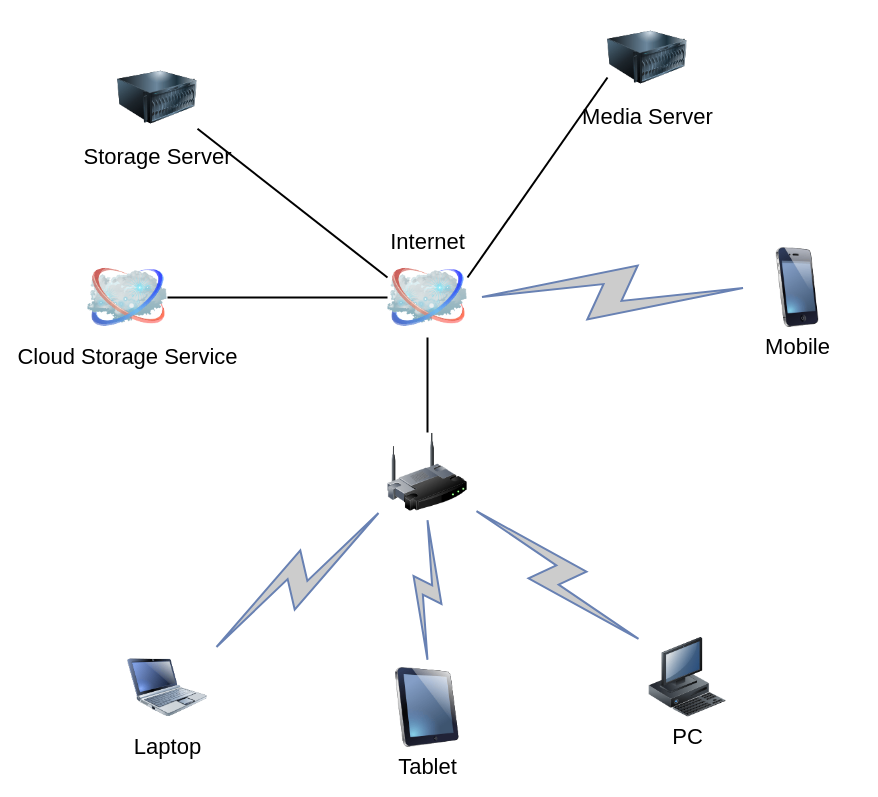
This is Physical Layout.drawio from syedrali/architecture, a draw.io file, before an edit. Source tidied: cells renumbered, new cells numbered last; positions are measured from the earlier drawing's top-left corner, leaving out a move shared by most shapes. Both pictures are drawn from the tidied source at 100%, with x=0, y=0 at pixel (87, 17).
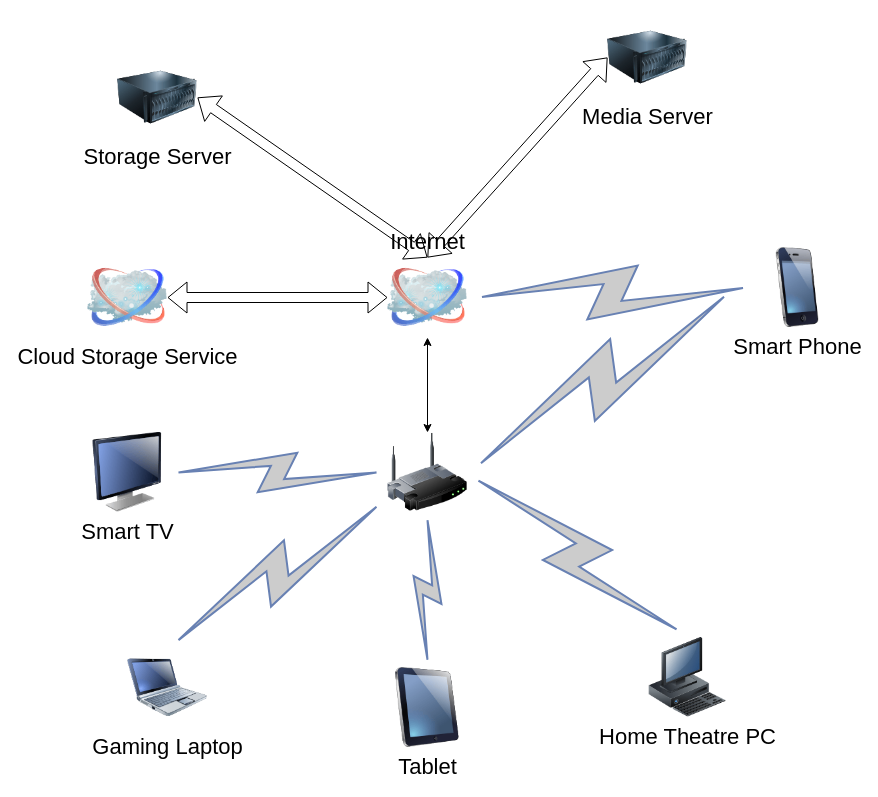
The same page after the edit.

Commit message:
Updated physical layout diagram to be more accurate.

The change refers to these unchanged cells:
```xml
<mxCell id="3" style="image;html=1;labelBackgroundColor=#ffffff;image=img/lib/clip_art/networking/Wireless_Router_128x128.png;rounded=1;shadow=0;comic=0;strokeColor=#000000;strokeWidth=2;fillColor=#FFFFFF;fontSize=22;fontColor=#000000;" parent="1" vertex="1">
  <mxGeometry x="300" y="415" width="80" height="80" as="geometry" />
</mxCell>
<mxCell id="4" value="Internet" style="image;html=1;labelBackgroundColor=#ffffff;image=img/lib/clip_art/networking/Cloud_128x128.png;rounded=1;shadow=0;comic=0;strokeColor=#000000;strokeWidth=2;fillColor=#FFFFFF;fontSize=22;fontColor=#000000;labelPosition=center;verticalLabelPosition=top;align=center;verticalAlign=bottom;" parent="1" vertex="1">
  <mxGeometry x="300" y="240" width="80" height="80" as="geometry" />
</mxCell>
<mxCell id="13" value="Storage Server" style="image;html=1;labelBackgroundColor=#ffffff;image=img/lib/clip_art/computers/Server_128x128.png;fontSize=22;" parent="1" vertex="1">
  <mxGeometry x="30" y="40" width="80" height="80" as="geometry" />
</mxCell>
<mxCell id="15" value="Media Server" style="image;html=1;labelBackgroundColor=#ffffff;image=img/lib/clip_art/computers/Server_128x128.png;fontSize=22;" parent="1" vertex="1">
  <mxGeometry x="520" width="80" height="80" as="geometry" />
</mxCell>
```

What changed in the source:
```diff
@@
-    <mxCell id="2" style="edgeStyle=none;rounded=0;html=1;labelBackgroundColor=none;endArrow=none;strokeColor=#000000;strokeWidth=2;fontFamily=Verdana;fontSize=22;fontColor=#000000;" parent="1" edge="1" source="3">
-      <mxGeometry relative="1" as="geometry">
-        <mxPoint x="340" y="320" as="targetPoint" />
-      </mxGeometry>
-    </mxCell>
@@
-    <mxCell id="7" value="PC" style="image;html=1;labelBackgroundColor=#ffffff;image=img/lib/clip_art/computers/Workstation_128x128.png;rounded=1;shadow=0;comic=0;strokeColor=#000000;strokeWidth=2;fillColor=#FFFFFF;fontSize=22;fontColor=#000000;" parent="1" vertex="1">
+    <mxCell id="7" value="Home Theatre PC" style="image;html=1;labelBackgroundColor=#ffffff;image=img/lib/clip_art/computers/Workstation_128x128.png;rounded=1;shadow=0;comic=0;strokeColor=#000000;strokeWidth=2;fillColor=#FFFFFF;fontSize=22;fontColor=#000000;" parent="1" vertex="1">
       <mxGeometry x="560" y="620" width="80" height="80" as="geometry" />
     </mxCell>
-    <mxCell id="8" value="Mobile" style="image;html=1;labelBackgroundColor=#ffffff;image=img/lib/clip_art/telecommunication/iPhone_128x128.png;rounded=1;shadow=0;comic=0;strokeColor=#000000;strokeWidth=2;fillColor=#FFFFFF;fontSize=22;fontColor=#000000;" parent="1" vertex="1">
+    <mxCell id="8" value="Smart Phone&lt;br&gt;" style="image;html=1;labelBackgroundColor=#ffffff;image=img/lib/clip_art/telecommunication/iPhone_128x128.png;rounded=1;shadow=0;comic=0;strokeColor=#000000;strokeWidth=2;fillColor=#FFFFFF;fontSize=22;fontColor=#000000;" parent="1" vertex="1">
       <mxGeometry x="670" y="230" width="80" height="80" as="geometry" />
     </mxCell>
-    <mxCell id="9" value="Laptop" style="image;html=1;labelBackgroundColor=#ffffff;image=img/lib/clip_art/computers/Netbook_128x128.png;rounded=1;shadow=0;comic=0;strokeColor=#000000;strokeWidth=2;fillColor=#FFFFFF;fontSize=22;fontColor=#000000;" parent="1" vertex="1">
+    <mxCell id="9" value="Gaming Laptop&lt;br&gt;" style="image;html=1;labelBackgroundColor=#ffffff;image=img/lib/clip_art/computers/Netbook_128x128.png;rounded=1;shadow=0;comic=0;strokeColor=#000000;strokeWidth=2;fillColor=#FFFFFF;fontSize=22;fontColor=#000000;" parent="1" vertex="1">
       <mxGeometry x="40" y="630" width="80" height="80" as="geometry" />
     </mxCell>
-    <mxCell id="10" style="html=1;fillColor=#CCCCCC;strokeColor=#6881B3;gradientColor=none;gradientDirection=north;strokeWidth=2;shape=mxgraph.networks.comm_link_edge;html=1;labelBackgroundColor=none;endArrow=none;fontFamily=Verdana;fontSize=22;fontColor=#000000;" parent="1" edge="1" source="9" target="3">
+    <mxCell id="10" style="html=1;fillColor=#CCCCCC;strokeColor=#6881B3;gradientColor=none;gradientDirection=north;strokeWidth=2;shape=mxgraph.networks.comm_link_edge;html=1;labelBackgroundColor=none;endArrow=none;fontFamily=Verdana;fontSize=22;fontColor=#000000;exitX=0.5;exitY=0;exitDx=0;exitDy=0;" parent="1" edge="1" source="9" target="3">
       <mxGeometry relative="1" as="geometry" />
     </mxCell>
@@
-    <mxCell id="12" style="html=1;fillColor=#CCCCCC;strokeColor=#6881B3;gradientColor=none;gradientDirection=north;strokeWidth=2;shape=mxgraph.networks.comm_link_edge;html=1;labelBackgroundColor=none;endArrow=none;fontFamily=Verdana;fontSize=22;fontColor=#000000;" parent="1" edge="1" source="7" target="3">
+    <mxCell id="12" style="html=1;fillColor=#CCCCCC;strokeColor=#6881B3;gradientColor=none;gradientDirection=north;strokeWidth=2;shape=mxgraph.networks.comm_link_edge;html=1;labelBackgroundColor=none;endArrow=none;fontFamily=Verdana;fontSize=22;fontColor=#000000;exitX=0.5;exitY=0;exitDx=0;exitDy=0;entryX=1;entryY=0.5;entryDx=0;entryDy=0;" parent="1" edge="1" source="7" target="3">
       <mxGeometry relative="1" as="geometry" />
     </mxCell>
@@
-    <mxCell id="14" style="html=1;fillColor=#CCCCCC;strokeColor=#6881B3;gradientColor=none;gradientDirection=north;strokeWidth=2;shape=mxgraph.networks.comm_link_edge;html=1;labelBackgroundColor=none;endArrow=none;fontFamily=Verdana;fontSize=22;fontColor=#000000;entryX=1;entryY=0.5;entryDx=0;entryDy=0;exitX=0;exitY=0.5;exitDx=0;exitDy=0;" parent="1" edge="1" source="8" target="4">
+    <mxCell id="14" style="html=1;fillColor=#CCCCCC;strokeColor=#6881B3;gradientColor=none;gradientDirection=north;strokeWidth=2;shape=mxgraph.networks.comm_link_edge;html=1;labelBackgroundColor=none;endArrow=none;fontFamily=Verdana;fontSize=22;fontColor=#000000;entryX=1;entryY=0.5;entryDx=0;entryDy=0;" parent="1" edge="1" target="4">
       <mxGeometry relative="1" as="geometry">
+        <mxPoint x="670" y="270" as="sourcePoint" />
         <Array as="points">
           <mxPoint x="580" y="332" />
         </Array>
       </mxGeometry>
     </mxCell>
@@
-    <mxCell id="16" style="edgeStyle=none;rounded=0;html=1;labelBackgroundColor=none;endArrow=none;strokeColor=#000000;strokeWidth=2;fontFamily=Verdana;fontSize=22;fontColor=#000000;entryX=1;entryY=0.25;entryDx=0;entryDy=0;exitX=0;exitY=0.75;exitDx=0;exitDy=0;" parent="1" edge="1" source="15" target="4">
-      <mxGeometry relative="1" as="geometry" />
-    </mxCell>
+    <mxCell id="18" value="Cloud Storage Service" style="image;html=1;labelBackgroundColor=#ffffff;image=img/lib/clip_art/networking/Cloud_128x128.png;fontSize=22;" parent="1" vertex="1">
+      <mxGeometry y="240" width="80" height="80" as="geometry" />
+    </mxCell>
+    <mxCell id="20" style="html=1;fillColor=#CCCCCC;strokeColor=#6881B3;gradientColor=none;gradientDirection=north;strokeWidth=2;shape=mxgraph.networks.comm_link_edge;html=1;labelBackgroundColor=none;endArrow=none;fontFamily=Verdana;fontSize=22;fontColor=#000000;entryX=1;entryY=0.5;entryDx=0;entryDy=0;" parent="1" edge="1" target="3">
+      <mxGeometry relative="1" as="geometry">
+        <mxPoint x="650" y="270" as="sourcePoint" />
+      </mxGeometry>
+    </mxCell>
+    <mxCell id="21" value="&lt;font style=&quot;font-size: 22px&quot;&gt;Smart TV&lt;/font&gt;" style="image;html=1;labelBackgroundColor=#ffffff;image=img/lib/clip_art/computers/Monitor_128x128.png;" parent="1" vertex="1">
+      <mxGeometry y="415" width="80" height="80" as="geometry" />
+    </mxCell>
+    <mxCell id="22" style="html=1;fillColor=#CCCCCC;strokeColor=#6881B3;gradientColor=none;gradientDirection=north;strokeWidth=2;shape=mxgraph.networks.comm_link_edge;html=1;labelBackgroundColor=none;endArrow=none;fontFamily=Verdana;fontSize=22;fontColor=#000000;exitX=1;exitY=0.5;exitDx=0;exitDy=0;entryX=0;entryY=0.5;entryDx=0;entryDy=0;" parent="1" edge="1" source="21" target="3">
+      <mxGeometry relative="1" as="geometry">
+        <Array as="points">
+          <mxPoint x="270" y="390" />
+        </Array>
+      </mxGeometry>
+    </mxCell>
+    <mxCell id="23" style="endArrow=classic;startArrow=classic;html=1;exitX=0.5;exitY=0;exitDx=0;exitDy=0;" parent="1" edge="1" source="3" target="4">
+      <mxGeometry relative="1" as="geometry" />
+    </mxCell>
-    <mxCell id="17" style="edgeStyle=none;rounded=0;html=1;labelBackgroundColor=none;endArrow=none;strokeColor=#000000;strokeWidth=2;fontFamily=Verdana;fontSize=22;fontColor=#000000;entryX=0;entryY=0.25;entryDx=0;entryDy=0;" parent="1" edge="1" source="13" target="4">
+    <mxCell id="17" style="shape=flexArrow;endArrow=classic;startArrow=classic;html=1;exitX=1;exitY=0.5;exitDx=0;exitDy=0;entryX=0.5;entryY=0;entryDx=0;entryDy=0;" parent="1" edge="1" source="13" target="4">
       <mxGeometry relative="1" as="geometry" />
     </mxCell>
-    <mxCell id="18" value="Cloud Storage Service" style="image;html=1;labelBackgroundColor=#ffffff;image=img/lib/clip_art/networking/Cloud_128x128.png;fontSize=22;" parent="1" vertex="1">
-      <mxGeometry y="240" width="80" height="80" as="geometry" />
-    </mxCell>
+    <mxCell id="24" style="shape=flexArrow;endArrow=classic;startArrow=classic;html=1;exitX=0.5;exitY=0;exitDx=0;exitDy=0;entryX=0;entryY=0.5;entryDx=0;entryDy=0;" parent="1" edge="1" source="4" target="15">
+      <mxGeometry relative="1" as="geometry" />
+    </mxCell>
-    <mxCell id="19" style="edgeStyle=none;rounded=0;html=1;labelBackgroundColor=none;endArrow=none;strokeColor=#000000;strokeWidth=2;fontFamily=Verdana;fontSize=22;fontColor=#000000;" parent="1" edge="1" source="18" target="4">
+    <mxCell id="19" style="shape=flexArrow;endArrow=classic;startArrow=classic;html=1;exitX=1;exitY=0.5;exitDx=0;exitDy=0;entryX=0;entryY=0.5;entryDx=0;entryDy=0;" parent="1" edge="1" source="18" target="4">
       <mxGeometry relative="1" as="geometry" />
     </mxCell>
```
